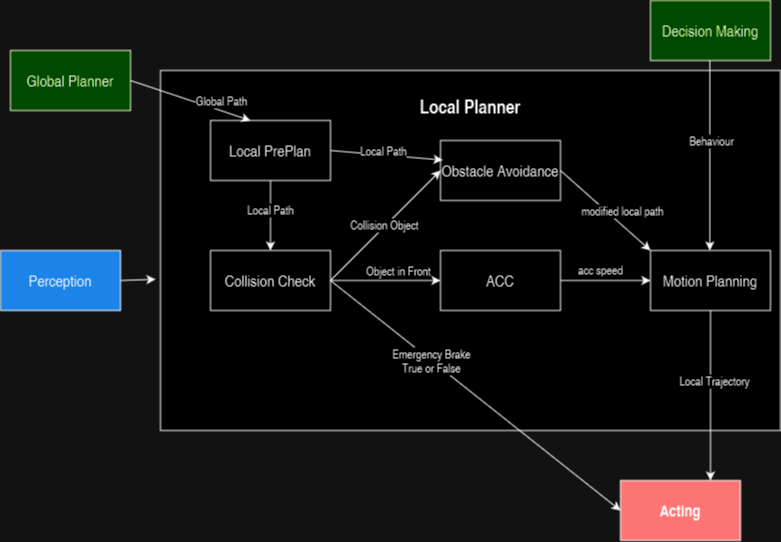
The draw.io diagram doc/03_research/03_planning/00_paf23/localplan.png in una-auxme/paf, before a commit. Source tidied: cells renumbered, new cells last; positions are measured from the earlier drawing's top-left corner, leaving out a move shared by most shapes.
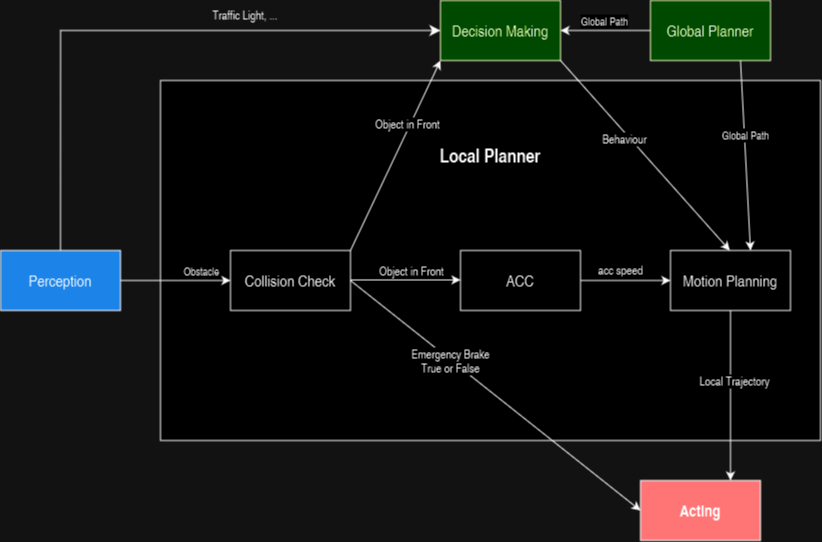
The same diagram one commit later.

The edit, as a diff of the source:
```diff
@@ -2,36 +2,27 @@
   <root>
     <mxCell id="0" />
     <mxCell id="1" parent="0" />
-    <mxCell id="2" value="&lt;h3&gt;Local Planner&lt;/h3&gt;" style="rounded=0;whiteSpace=wrap;html=1;fontSize=16;verticalAlign=top;" parent="1" vertex="1">
-      <mxGeometry x="160" y="70" width="620" height="360" as="geometry" />
+    <mxCell id="2" value="&lt;div&gt;&lt;br&gt;&lt;/div&gt;&lt;div&gt;&lt;br&gt;&lt;/div&gt;&lt;h3&gt;Local Planner&lt;/h3&gt;" style="rounded=0;whiteSpace=wrap;html=1;fontSize=16;verticalAlign=top;" parent="1" vertex="1">
+      <mxGeometry x="140" y="80" width="660" height="360" as="geometry" />
     </mxCell>
     <mxCell id="3" value="Collision Check" style="rounded=0;whiteSpace=wrap;html=1;fontSize=16;" parent="1" vertex="1">
       <mxGeometry x="210" y="250" width="120" height="60" as="geometry" />
     </mxCell>
-    <mxCell id="4" value="Obstacle Avoidance" style="rounded=0;whiteSpace=wrap;html=1;fontSize=16;" parent="1" vertex="1">
-      <mxGeometry x="440" y="140" width="120" height="60" as="geometry" />
-    </mxCell>
     <mxCell id="5" value="Motion Planning" style="rounded=0;whiteSpace=wrap;html=1;fontSize=16;" parent="1" vertex="1">
       <mxGeometry x="650" y="250" width="120" height="60" as="geometry" />
     </mxCell>
-    <mxCell id="6" value="Local PrePlan" style="rounded=0;whiteSpace=wrap;html=1;fontSize=16;" parent="1" vertex="1">
-      <mxGeometry x="210" y="120" width="120" height="60" as="geometry" />
-    </mxCell>
     <mxCell id="7" value="ACC" style="rounded=0;whiteSpace=wrap;html=1;fontSize=16;" parent="1" vertex="1">
       <mxGeometry x="440" y="250" width="120" height="60" as="geometry" />
     </mxCell>
-    <mxCell id="8" style="endArrow=classic;html=1;rounded=0;exitX=1;exitY=0.5;exitDx=0;exitDy=0;entryX=0;entryY=0.5;entryDx=0;entryDy=0;" parent="1" edge="1" source="3" target="4">
-      <mxGeometry relative="1" as="geometry" />
-    </mxCell>
-    <mxCell id="9" value="&lt;font style=&quot;font-size: 12px;&quot;&gt;Collision Object&lt;/font&gt;" style="edgeLabel;html=1;align=center;verticalAlign=middle;" parent="8" vertex="1">
-      <mxGeometry x="-0.01" y="2" relative="1" as="geometry" />
-    </mxCell>
-    <mxCell id="10" style="endArrow=classic;html=1;rounded=0;exitX=1;exitY=0.5;exitDx=0;exitDy=0;entryX=0;entryY=0.5;entryDx=0;entryDy=0;" parent="1" edge="1" source="3" target="7">
-      <mxGeometry relative="1" as="geometry" />
+    <mxCell id="10" style="endArrow=classic;html=1;rounded=0;exitX=1;exitY=0.5;exitDx=0;exitDy=0;entryX=0;entryY=0.5;entryDx=0;entryDy=0;" parent="1" edge="1">
+      <mxGeometry relative="1" as="geometry">
+        <mxPoint x="330" y="279.4" as="sourcePoint" />
+        <mxPoint x="440" y="279.4" as="targetPoint" />
+      </mxGeometry>
     </mxCell>
     <mxCell id="11" value="&lt;font style=&quot;font-size: 12px;&quot;&gt;Object in Front&lt;/font&gt;" style="edgeLabel;html=1;align=center;verticalAlign=middle;" parent="10" vertex="1">
       <mxGeometry x="0.22" y="-2" relative="1" as="geometry">
-        <mxPoint y="-12" as="offset" />
+        <mxPoint x="-7" y="-11" as="offset" />
       </mxGeometry>
     </mxCell>
     <mxCell id="12" style="endArrow=classic;html=1;rounded=0;exitX=1;exitY=0.5;exitDx=0;exitDy=0;entryX=0;entryY=0.5;entryDx=0;entryDy=0;" parent="1" edge="1" source="3" target="21">
@@ -42,42 +33,23 @@
         <mxPoint x="-32" y="-28" as="offset" />
       </mxGeometry>
     </mxCell>
-    <mxCell id="14" style="endArrow=classic;html=1;rounded=0;exitX=0.5;exitY=1;exitDx=0;exitDy=0;entryX=0.5;entryY=0;entryDx=0;entryDy=0;" parent="1" edge="1" source="6" target="3">
-      <mxGeometry relative="1" as="geometry" />
-    </mxCell>
-    <mxCell id="15" value="&lt;font style=&quot;font-size: 12px;&quot;&gt;Local Path&lt;br&gt;&lt;/font&gt;" style="edgeLabel;html=1;align=center;verticalAlign=middle;" parent="14" vertex="1">
-      <mxGeometry x="-0.17" y="-1" relative="1" as="geometry" />
-    </mxCell>
     <mxCell id="16" value="Perception" style="rounded=0;whiteSpace=wrap;html=1;fontSize=16;fillColor=#3399FF;" parent="1" vertex="1">
-      <mxGeometry y="250" width="120" height="60" as="geometry" />
+      <mxGeometry x="-20" y="250" width="120" height="60" as="geometry" />
     </mxCell>
-    <mxCell id="17" style="endArrow=classic;html=1;rounded=0;exitX=1;exitY=0.5;exitDx=0;exitDy=0;entryX=-0.008;entryY=0.58;entryDx=0;entryDy=0;entryPerimeter=0;" parent="1" edge="1" source="16" target="2">
+    <mxCell id="17" style="endArrow=classic;html=1;rounded=0;exitX=1;exitY=0.5;exitDx=0;exitDy=0;entryX=0;entryY=0.5;entryDx=0;entryDy=0;" parent="1" edge="1" source="16" target="3">
       <mxGeometry relative="1" as="geometry" />
     </mxCell>
+    <mxCell id="33" value="Obstacle" style="edgeLabel;html=1;align=center;verticalAlign=middle;" parent="17" vertex="1">
+      <mxGeometry x="0.28" y="1" relative="1" as="geometry">
+        <mxPoint x="10" y="-9" as="offset" />
+      </mxGeometry>
+    </mxCell>
     <mxCell id="18" value="Global Planner" style="rounded=0;whiteSpace=wrap;html=1;fontSize=16;fillColor=#99FF33;" parent="1" vertex="1">
-      <mxGeometry x="10" y="50" width="120" height="60" as="geometry" />
+      <mxGeometry x="630" width="120" height="60" as="geometry" />
     </mxCell>
-    <mxCell id="19" style="endArrow=classic;html=1;rounded=0;exitX=1;exitY=0.5;exitDx=0;exitDy=0;" parent="1" edge="1" source="18">
-      <mxGeometry relative="1" as="geometry">
-        <mxPoint x="250" y="120" as="targetPoint" />
-      </mxGeometry>
-    </mxCell>
-    <mxCell id="20" value="&lt;font style=&quot;font-size: 12px;&quot;&gt;Global Path&lt;/font&gt;" style="edgeLabel;html=1;align=center;verticalAlign=middle;" parent="19" vertex="1">
-      <mxGeometry x="-0.23" y="-4" relative="1" as="geometry">
-        <mxPoint x="45" y="1" as="offset" />
-      </mxGeometry>
-    </mxCell>
     <mxCell id="21" value="&lt;h4&gt;Acting&lt;/h4&gt;" style="rounded=0;whiteSpace=wrap;html=1;fontSize=16;fillColor=#FF3333;" parent="1" vertex="1">
       <mxGeometry x="620" y="480" width="120" height="60" as="geometry" />
     </mxCell>
-    <mxCell id="22" style="endArrow=classic;html=1;rounded=0;entryX=0;entryY=0;entryDx=0;entryDy=0;exitX=1;exitY=0.5;exitDx=0;exitDy=0;" parent="1" edge="1" source="4" target="5">
-      <mxGeometry relative="1" as="geometry" />
-    </mxCell>
-    <mxCell id="23" value="&lt;font style=&quot;font-size: 12px;&quot;&gt;modified local path&lt;/font&gt;" style="edgeLabel;html=1;align=center;verticalAlign=middle;" parent="22" vertex="1">
-      <mxGeometry x="-0.09" y="-4" relative="1" as="geometry">
-        <mxPoint x="22" as="offset" />
-      </mxGeometry>
-    </mxCell>
     <mxCell id="24" style="endArrow=classic;html=1;rounded=0;entryX=0;entryY=0.5;entryDx=0;entryDy=0;exitX=1;exitY=0.5;exitDx=0;exitDy=0;" parent="1" edge="1" source="7" target="5">
       <mxGeometry relative="1" as="geometry" />
     </mxCell>
@@ -87,11 +59,10 @@
       </mxGeometry>
     </mxCell>
     <mxCell id="26" value="Decision Making" style="rounded=0;whiteSpace=wrap;html=1;fontSize=16;fillColor=#99FF33;" parent="1" vertex="1">
-      <mxGeometry x="650" width="120" height="60" as="geometry" />
+      <mxGeometry x="420" width="120" height="60" as="geometry" />
     </mxCell>
-    <mxCell id="27" style="endArrow=classic;html=1;rounded=0;entryX=0.5;entryY=0;entryDx=0;entryDy=0;exitX=0.5;exitY=1;exitDx=0;exitDy=0;" parent="1" edge="1">
+    <mxCell id="27" style="endArrow=classic;html=1;rounded=0;entryX=0.5;entryY=0;entryDx=0;entryDy=0;exitX=1;exitY=1;exitDx=0;exitDy=0;" parent="1" edge="1" source="26">
       <mxGeometry relative="1" as="geometry">
-        <mxPoint x="709.3" y="60" as="sourcePoint" />
         <mxPoint x="709.3" y="250" as="targetPoint" />
       </mxGeometry>
     </mxCell>
@@ -108,13 +79,41 @@
         <mxPoint y="1" as="offset" />
       </mxGeometry>
     </mxCell>
-    <mxCell id="31" style="endArrow=classic;html=1;rounded=0;exitX=1;exitY=0.5;exitDx=0;exitDy=0;entryX=0.018;entryY=0.326;entryDx=0;entryDy=0;entryPerimeter=0;" parent="1" edge="1" source="6" target="4">
-      <mxGeometry relative="1" as="geometry" />
-    </mxCell>
-    <mxCell id="32" value="&lt;font style=&quot;font-size: 12px;&quot;&gt;Local Path&lt;/font&gt;" style="edgeLabel;html=1;align=center;verticalAlign=middle;" parent="31" vertex="1">
-      <mxGeometry x="-0.07" y="-2" relative="1" as="geometry">
-        <mxPoint y="-6" as="offset" />
-      </mxGeometry>
-    </mxCell>
+    <mxCell id="34" style="endArrow=classic;html=1;rounded=0;exitX=1;exitY=0;exitDx=0;exitDy=0;entryX=0;entryY=1;entryDx=0;entryDy=0;" parent="1" edge="1" source="3" target="26">
+      <mxGeometry relative="1" as="geometry" />
+    </mxCell>
+    <mxCell id="35" value="&lt;font style=&quot;font-size: 12px;&quot;&gt;Object in Front&lt;/font&gt;" style="edgeLabel;html=1;align=center;verticalAlign=middle;" parent="34" vertex="1">
+      <mxGeometry x="0.22" y="-2" relative="1" as="geometry">
+        <mxPoint y="-12" as="offset" />
+      </mxGeometry>
+    </mxCell>
+    <mxCell id="36" style="endArrow=classic;html=1;rounded=0;entryX=1;entryY=0.5;entryDx=0;entryDy=0;" parent="1" edge="1" source="18" target="26">
+      <mxGeometry relative="1" as="geometry" />
+    </mxCell>
+    <mxCell id="37" value="Global Path" style="edgeLabel;html=1;align=center;verticalAlign=middle;" parent="36" vertex="1">
+      <mxGeometry x="0.22" y="-2" relative="1" as="geometry">
+        <mxPoint x="9" y="-8" as="offset" />
+      </mxGeometry>
+    </mxCell>
+    <mxCell id="38" style="endArrow=classic;html=1;rounded=0;exitX=0.75;exitY=1;exitDx=0;exitDy=0;" parent="1" edge="1" source="18">
+      <mxGeometry relative="1" as="geometry">
+        <mxPoint x="730" y="250" as="targetPoint" />
+      </mxGeometry>
+    </mxCell>
+    <mxCell id="39" value="Global Path" style="edgeLabel;html=1;align=center;verticalAlign=middle;" parent="38" vertex="1">
+      <mxGeometry x="0.22" y="-2" relative="1" as="geometry">
+        <mxPoint y="-42" as="offset" />
+      </mxGeometry>
+    </mxCell>
+    <mxCell id="40" style="edgeStyle=segmentEdgeStyle;endArrow=classic;html=1;curved=0;rounded=0;endSize=8;startSize=8;exitX=0.5;exitY=0;exitDx=0;exitDy=0;entryX=0;entryY=0.5;entryDx=0;entryDy=0;" parent="1" edge="1" source="16" target="26">
+      <mxGeometry relative="1" as="geometry">
+        <Array as="points">
+          <mxPoint x="40" y="30" />
+        </Array>
+      </mxGeometry>
+    </mxCell>
+    <mxCell id="41" value="Traffic Light, ..." style="text;html=1;strokeColor=none;fillColor=none;align=center;verticalAlign=middle;whiteSpace=wrap;rounded=0;" parent="1" vertex="1">
+      <mxGeometry x="170" width="110" height="30" as="geometry" />
+    </mxCell>
   </root>
 </mxGraphModel>
```
